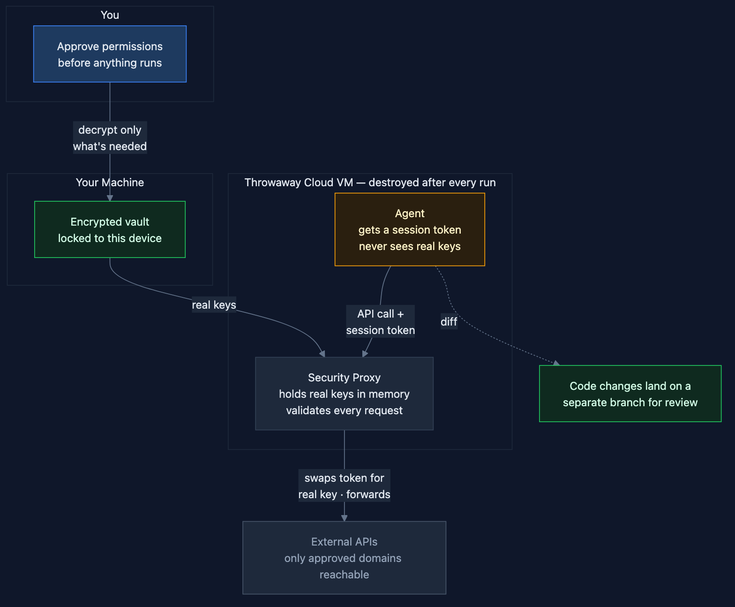
andybrowning5/primordial-agentstore keeps this Mermaid diagram as docs/diagrams/security-model.png. Above is the earlier version. Its source is kept beside it as docs/diagrams/security-model.mmd.
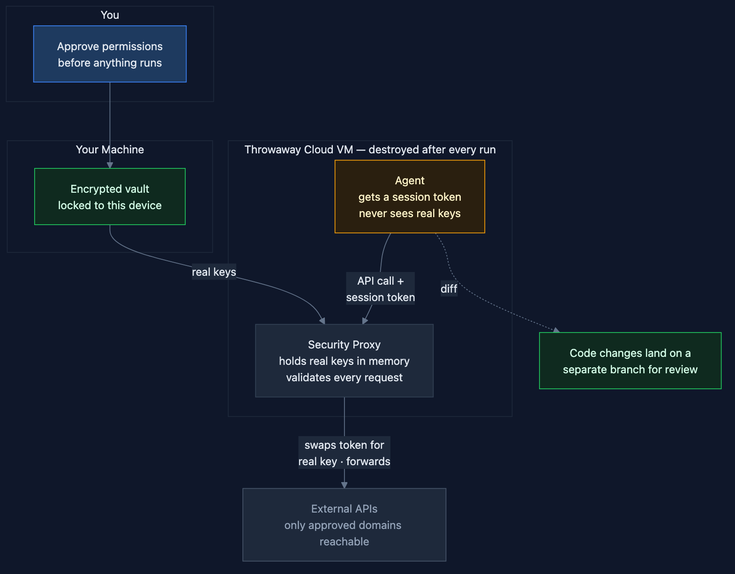
Later version of the same file.

Commit message:
Remove 'decrypt only whats needed' label from security diagram

Change to the diagram source:
```diff
@@ -17,7 +17,7 @@
 
     branch["Code changes land on a\nseparate branch for review"]
 
-    approve -->|"decrypt only\nwhat's needed"| vault
+    approve --> vault
     vault -->|"real keys"| proxy
     proxy -->|"swaps token for\nreal key · forwards"| apis
     agent -.->|"diff"| branch
```
